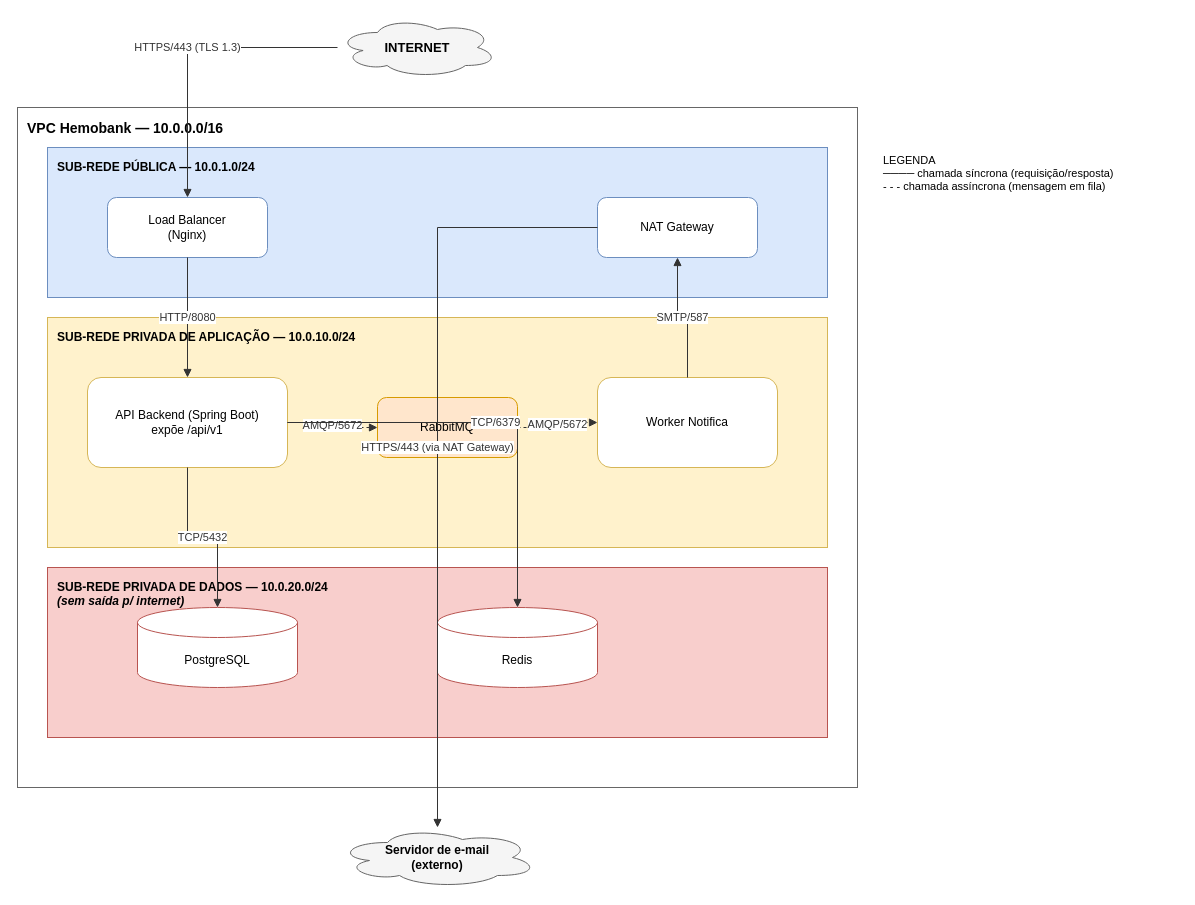
The draw.io diagram diagrama_arquitetura_redes.drawio in lucasftalbuquerque/Projeto-Threads2, before the edit. Source tidied: cells renumbered, new cells numbered last; positions are measured from the earlier drawing's top-left corner, leaving out a move shared by most shapes. Both pictures are drawn from the tidied source at 100%, with x=0, y=0 at pixel (17, 17).
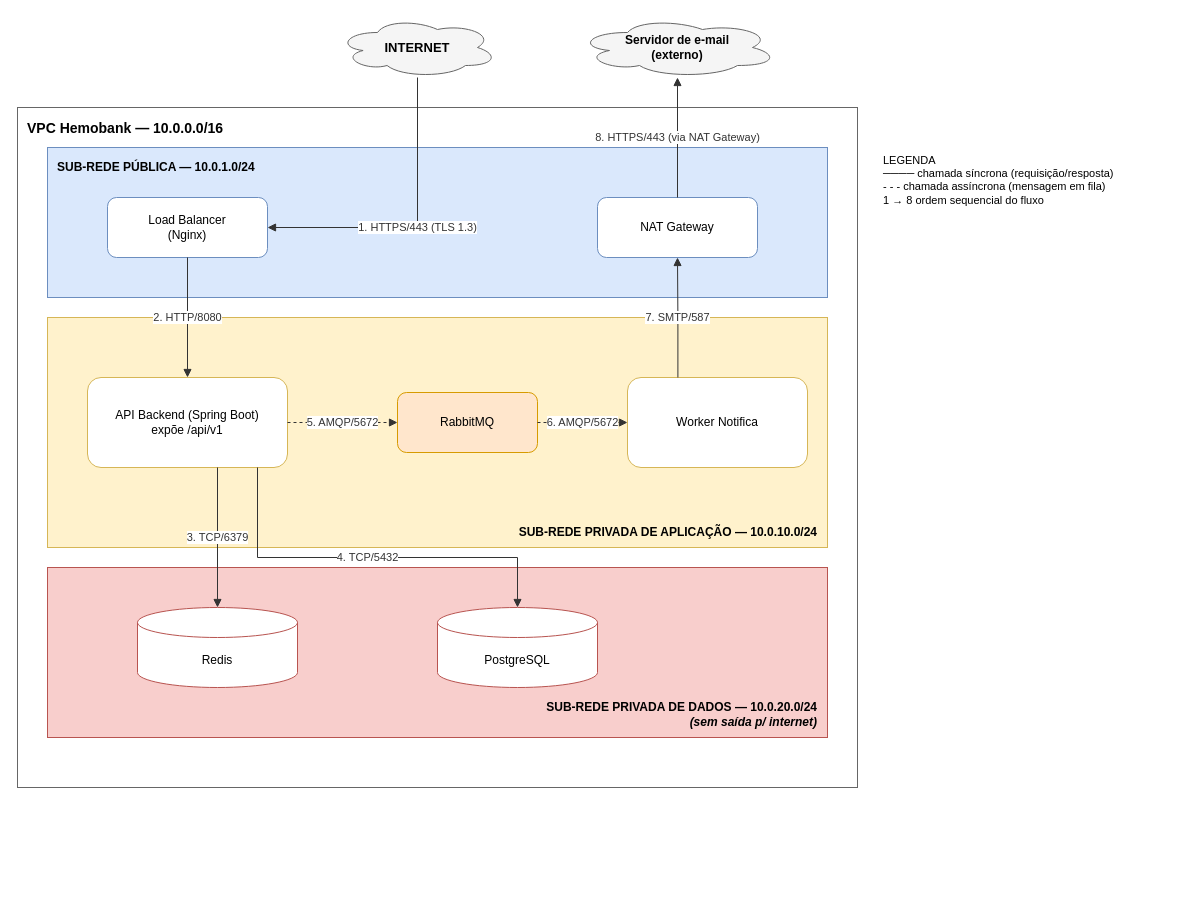
The same page after the edit.

Commit message (it also covers changes not shown here):
docs: melhora legibilidade e sequência do diagrama de arquitetura de redes

The change refers to these unchanged cells:
```xml
<mxCell id="6" value="INTERNET" style="rounded=0;whiteSpace=wrap;html=1;shape=cloud;fillColor=#f5f5f5;strokeColor=#666666;fontSize=13;fontStyle=1;" parent="1" vertex="1">
  <mxGeometry x="320" width="160" height="60" as="geometry" />
</mxCell>
<mxCell id="7" value="Load Balancer&lt;br&gt;(Nginx)" style="rounded=1;whiteSpace=wrap;html=1;fillColor=#ffffff;strokeColor=#6c8ebf;fontSize=12;" parent="1" vertex="1">
  <mxGeometry x="90" y="180" width="160" height="60" as="geometry" />
</mxCell>
<mxCell id="8" value="NAT Gateway" style="rounded=1;whiteSpace=wrap;html=1;fillColor=#ffffff;strokeColor=#6c8ebf;fontSize=12;" parent="1" vertex="1">
  <mxGeometry x="580" y="180" width="160" height="60" as="geometry" />
</mxCell>
<mxCell id="9" value="API Backend (Spring Boot)&lt;br&gt;expõe /api/v1" style="rounded=1;whiteSpace=wrap;html=1;fillColor=#ffffff;strokeColor=#d6b656;fontSize=12;" parent="1" vertex="1">
  <mxGeometry x="70" y="360" width="200" height="90" as="geometry" />
</mxCell>
```

The edit, as a diff of the source:
```diff
@@
-    <mxCell id="4" value="SUB-REDE PRIVADA DE APLICAÇÃO — 10.0.10.0/24" style="rounded=0;whiteSpace=wrap;html=1;fillColor=#fff2cc;strokeColor=#d6b656;verticalAlign=top;align=left;fontSize=12;fontStyle=1;spacingLeft=8;spacingTop=6;" parent="1" vertex="1">
+    <mxCell id="4" value="SUB-REDE PRIVADA DE APLICAÇÃO — 10.0.10.0/24" style="rounded=0;whiteSpace=wrap;html=1;fillColor=#fff2cc;strokeColor=#d6b656;verticalAlign=bottom;align=right;fontSize=12;fontStyle=1;spacingRight=8;spacingBottom=6;" parent="1" vertex="1">
       <mxGeometry x="30" y="300" width="780" height="230" as="geometry" />
     </mxCell>
-    <mxCell id="5" value="SUB-REDE PRIVADA DE DADOS — 10.0.20.0/24&lt;br&gt;&lt;i&gt;(sem saída p/ internet)&lt;/i&gt;" style="rounded=0;whiteSpace=wrap;html=1;fillColor=#f8cecc;strokeColor=#b85450;verticalAlign=top;align=left;fontSize=12;fontStyle=1;spacingLeft=8;spacingTop=6;" parent="1" vertex="1">
+    <mxCell id="5" value="SUB-REDE PRIVADA DE DADOS — 10.0.20.0/24&lt;br&gt;&lt;i&gt;(sem saída p/ internet)&lt;/i&gt;" style="rounded=0;whiteSpace=wrap;html=1;fillColor=#f8cecc;strokeColor=#b85450;verticalAlign=bottom;align=right;fontSize=12;fontStyle=1;spacingRight=8;spacingBottom=6;" parent="1" vertex="1">
       <mxGeometry x="30" y="550" width="780" height="170" as="geometry" />
     </mxCell>
@@
     <mxCell id="10" value="RabbitMQ" style="rounded=1;whiteSpace=wrap;html=1;fillColor=#ffe6cc;strokeColor=#d79b00;fontSize=12;" parent="1" vertex="1">
-      <mxGeometry x="360" y="380" width="140" height="60" as="geometry" />
+      <mxGeometry x="380" y="375" width="140" height="60" as="geometry" />
     </mxCell>
     <mxCell id="11" value="Worker Notifica" style="rounded=1;whiteSpace=wrap;html=1;fillColor=#ffffff;strokeColor=#d6b656;fontSize=12;" parent="1" vertex="1">
-      <mxGeometry x="580" y="360" width="180" height="90" as="geometry" />
+      <mxGeometry x="610" y="360" width="180" height="90" as="geometry" />
     </mxCell>
     <mxCell id="12" value="PostgreSQL" style="shape=cylinder3;whiteSpace=wrap;html=1;boundedLbl=1;backgroundOutline=1;fillColor=#ffffff;strokeColor=#b85450;fontSize=12;" parent="1" vertex="1">
-      <mxGeometry x="120" y="590" width="160" height="80" as="geometry" />
+      <mxGeometry x="420" y="590" width="160" height="80" as="geometry" />
     </mxCell>
     <mxCell id="13" value="Redis" style="shape=cylinder3;whiteSpace=wrap;html=1;boundedLbl=1;backgroundOutline=1;fillColor=#ffffff;strokeColor=#b85450;fontSize=12;" parent="1" vertex="1">
-      <mxGeometry x="420" y="590" width="160" height="80" as="geometry" />
+      <mxGeometry x="120" y="590" width="160" height="80" as="geometry" />
     </mxCell>
     <mxCell id="14" value="Servidor de e-mail&lt;br&gt;(externo)" style="rounded=0;whiteSpace=wrap;html=1;shape=cloud;fillColor=#f5f5f5;strokeColor=#666666;fontSize=12;fontStyle=1;" parent="1" vertex="1">
-      <mxGeometry x="320" y="810" width="200" height="60" as="geometry" />
+      <mxGeometry x="560" width="200" height="60" as="geometry" />
     </mxCell>
-    <mxCell id="15" value="LEGENDA&lt;br&gt;──── chamada síncrona (requisição/resposta)&lt;br&gt;- - - chamada assíncrona (mensagem em fila)" style="text;html=1;align=left;verticalAlign=top;fontSize=11;spacingLeft=4;" parent="1" vertex="1">
-      <mxGeometry x="860" y="130" width="300" height="70" as="geometry" />
+    <mxCell id="15" value="LEGENDA&lt;br&gt;──── chamada síncrona (requisição/resposta)&lt;br&gt;- - - chamada assíncrona (mensagem em fila)&lt;br&gt;1 → 8 ordem sequencial do fluxo" style="text;html=1;align=left;verticalAlign=top;fontSize=11;spacingLeft=4;" parent="1" vertex="1">
+      <mxGeometry x="860" y="130" width="300" height="85" as="geometry" />
     </mxCell>
-    <mxCell id="16" value="HTTPS/443 (TLS 1.3)" style="edgeStyle=orthogonalEdgeStyle;rounded=0;html=1;endArrow=block;elbow=vertical;strokeColor=#333333;fontSize=11;fontColor=#333333;labelBackgroundColor=#ffffff;" parent="1" edge="1" source="6" target="7">
+    <mxCell id="16" value="1. HTTPS/443 (TLS 1.3)" style="exitX=0.5;exitY=1;exitDx=0;exitDy=0;entryX=1;entryY=0.5;entryDx=0;entryDy=0;edgeStyle=orthogonalEdgeStyle;rounded=0;html=1;endArrow=block;elbow=vertical;strokeColor=#333333;fontSize=11;fontColor=#333333;labelBackgroundColor=#ffffff;" parent="1" edge="1" source="6" target="7">
       <mxGeometry relative="1" as="geometry" />
     </mxCell>
-    <mxCell id="17" value="HTTP/8080" style="edgeStyle=orthogonalEdgeStyle;rounded=0;html=1;endArrow=block;elbow=vertical;strokeColor=#333333;fontSize=11;fontColor=#333333;labelBackgroundColor=#ffffff;" parent="1" edge="1" source="7" target="9">
+    <mxCell id="17" value="2. HTTP/8080" style="exitX=0.5;exitY=1;exitDx=0;exitDy=0;entryX=0.5;entryY=0;entryDx=0;entryDy=0;edgeStyle=orthogonalEdgeStyle;rounded=0;html=1;endArrow=block;elbow=vertical;strokeColor=#333333;fontSize=11;fontColor=#333333;labelBackgroundColor=#ffffff;" parent="1" edge="1" source="7" target="9">
       <mxGeometry relative="1" as="geometry" />
     </mxCell>
-    <mxCell id="18" value="AMQP/5672" style="edgeStyle=orthogonalEdgeStyle;rounded=0;html=1;endArrow=block;elbow=vertical;strokeColor=#333333;fontSize=11;fontColor=#333333;labelBackgroundColor=#ffffff;dashed=1;" parent="1" edge="1" source="9" target="10">
+    <mxCell id="18" value="5. AMQP/5672" style="exitX=1;exitY=0.5;exitDx=0;exitDy=0;entryX=0;entryY=0.5;entryDx=0;entryDy=0;edgeStyle=orthogonalEdgeStyle;rounded=0;html=1;endArrow=block;elbow=vertical;strokeColor=#333333;fontSize=11;fontColor=#333333;labelBackgroundColor=#ffffff;dashed=1;" parent="1" edge="1" source="9" target="10">
       <mxGeometry relative="1" as="geometry" />
     </mxCell>
-    <mxCell id="19" value="AMQP/5672" style="edgeStyle=orthogonalEdgeStyle;rounded=0;html=1;endArrow=block;elbow=vertical;strokeColor=#333333;fontSize=11;fontColor=#333333;labelBackgroundColor=#ffffff;dashed=1;" parent="1" edge="1" source="10" target="11">
+    <mxCell id="19" value="6. AMQP/5672" style="exitX=1;exitY=0.5;exitDx=0;exitDy=0;entryX=0;entryY=0.5;entryDx=0;entryDy=0;edgeStyle=orthogonalEdgeStyle;rounded=0;html=1;endArrow=block;elbow=vertical;strokeColor=#333333;fontSize=11;fontColor=#333333;labelBackgroundColor=#ffffff;dashed=1;" parent="1" edge="1" source="10" target="11">
       <mxGeometry relative="1" as="geometry" />
     </mxCell>
-    <mxCell id="20" value="TCP/5432" style="edgeStyle=orthogonalEdgeStyle;rounded=0;html=1;endArrow=block;elbow=vertical;strokeColor=#333333;fontSize=11;fontColor=#333333;labelBackgroundColor=#ffffff;" parent="1" edge="1" source="9" target="12">
-      <mxGeometry relative="1" as="geometry" />
+    <mxCell id="20" value="4. TCP/5432" style="exitX=0.85;exitY=1;exitDx=0;exitDy=0;entryX=0.5;entryY=0;entryDx=0;entryDy=0;edgeStyle=orthogonalEdgeStyle;rounded=0;html=1;endArrow=block;elbow=vertical;strokeColor=#333333;fontSize=11;fontColor=#333333;labelBackgroundColor=#ffffff;" parent="1" edge="1" source="9" target="12">
+      <mxGeometry relative="1" as="geometry">
+        <Array as="points">
+          <mxPoint x="240" y="540" />
+          <mxPoint x="500" y="540" />
+        </Array>
+      </mxGeometry>
     </mxCell>
-    <mxCell id="21" value="TCP/6379" style="edgeStyle=orthogonalEdgeStyle;rounded=0;html=1;endArrow=block;elbow=vertical;strokeColor=#333333;fontSize=11;fontColor=#333333;labelBackgroundColor=#ffffff;" parent="1" edge="1" source="9" target="13">
+    <mxCell id="21" value="3. TCP/6379" style="exitX=0.65;exitY=1;exitDx=0;exitDy=0;entryX=0.5;entryY=0;entryDx=0;entryDy=0;edgeStyle=orthogonalEdgeStyle;rounded=0;html=1;endArrow=block;elbow=vertical;strokeColor=#333333;fontSize=11;fontColor=#333333;labelBackgroundColor=#ffffff;" parent="1" edge="1" source="9" target="13">
       <mxGeometry relative="1" as="geometry" />
     </mxCell>
-    <mxCell id="22" value="SMTP/587" style="edgeStyle=orthogonalEdgeStyle;rounded=0;html=1;endArrow=block;elbow=vertical;strokeColor=#333333;fontSize=11;fontColor=#333333;labelBackgroundColor=#ffffff;" parent="1" edge="1" source="11" target="8">
+    <mxCell id="22" value="7. SMTP/587" style="exitX=0.28;exitY=0;exitDx=0;exitDy=0;entryX=0.5;entryY=1;entryDx=0;entryDy=0;edgeStyle=orthogonalEdgeStyle;rounded=0;html=1;endArrow=block;elbow=vertical;strokeColor=#333333;fontSize=11;fontColor=#333333;labelBackgroundColor=#ffffff;" parent="1" edge="1" source="11" target="8">
       <mxGeometry relative="1" as="geometry" />
     </mxCell>
-    <mxCell id="23" value="HTTPS/443 (via NAT Gateway)" style="edgeStyle=orthogonalEdgeStyle;rounded=0;html=1;endArrow=block;elbow=vertical;strokeColor=#333333;fontSize=11;fontColor=#333333;labelBackgroundColor=#ffffff;" parent="1" edge="1" source="8" target="14">
+    <mxCell id="23" value="8. HTTPS/443 (via NAT Gateway)" style="exitX=0.5;exitY=0;exitDx=0;exitDy=0;entryX=0.5;entryY=1;entryDx=0;entryDy=0;edgeStyle=orthogonalEdgeStyle;rounded=0;html=1;endArrow=block;elbow=vertical;strokeColor=#333333;fontSize=11;fontColor=#333333;labelBackgroundColor=#ffffff;" parent="1" edge="1" source="8" target="14">
       <mxGeometry relative="1" as="geometry" />
     </mxCell>
```
